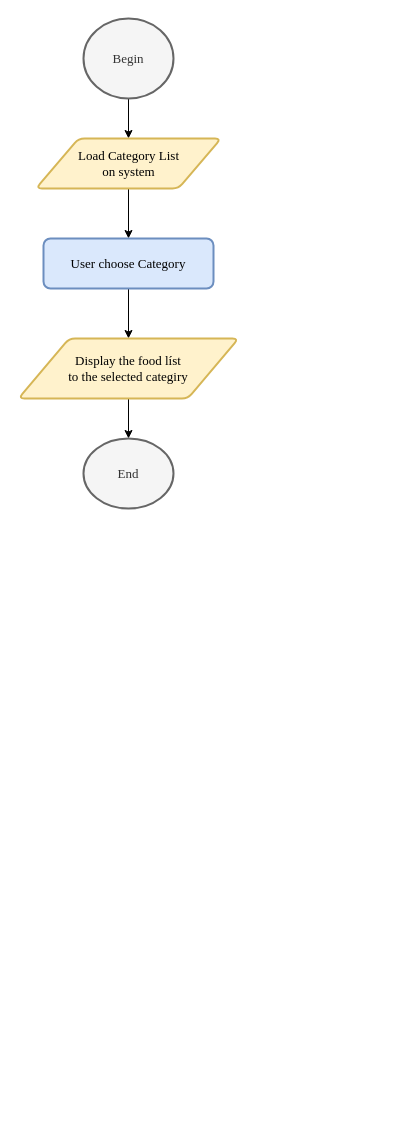
Earlier version of the draw.io diagram page "Order" (3 of 12) of document/diagram/flowchar_ver2.drawio (daomtthuan/do-an). Source tidied: cells renumbered, new cells numbered last; positions are measured from the earlier drawing's top-left corner, leaving out a move shared by most shapes. Both pictures are drawn from the tidied source at 100%, with x=0, y=0 at pixel (18, 18).
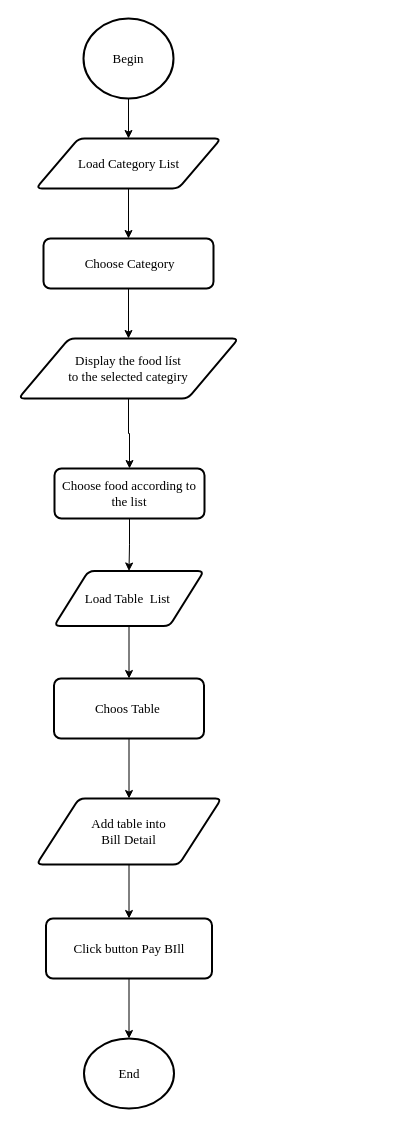
The same diagram, later.

Change to the diagram source:
```diff
@@
-    <mxCell id="3" value="Begin" style="strokeWidth=2;html=1;shape=mxgraph.flowchart.start_2;whiteSpace=wrap;fontFamily=Times New Roman;fontSize=13;fillColor=#f5f5f5;strokeColor=#666666;fontColor=#333333;" parent="1" vertex="1">
+    <mxCell id="3" value="Begin" style="strokeWidth=2;html=1;shape=mxgraph.flowchart.start_2;whiteSpace=wrap;fontFamily=Times New Roman;fontSize=13;" parent="1" vertex="1">
       <mxGeometry x="65" width="90" height="80" as="geometry" />
     </mxCell>
@@
-    <mxCell id="5" value="Load Category List &lt;br&gt;on system" style="shape=parallelogram;html=1;strokeWidth=2;perimeter=parallelogramPerimeter;whiteSpace=wrap;rounded=1;arcSize=12;size=0.23;fontFamily=Times New Roman;fontSize=13;fillColor=#fff2cc;strokeColor=#d6b656;" parent="1" vertex="1">
+    <mxCell id="5" value="Load Category List " style="shape=parallelogram;html=1;strokeWidth=2;perimeter=parallelogramPerimeter;whiteSpace=wrap;rounded=1;arcSize=12;size=0.23;fontFamily=Times New Roman;fontSize=13;" parent="1" vertex="1">
       <mxGeometry x="17.5" y="120" width="185" height="50" as="geometry" />
     </mxCell>
@@
-    <mxCell id="7" value="User choose Category" style="rounded=1;whiteSpace=wrap;html=1;absoluteArcSize=1;arcSize=14;strokeWidth=2;fontFamily=Times New Roman;fontSize=13;fillColor=#dae8fc;strokeColor=#6c8ebf;" parent="1" vertex="1">
+    <mxCell id="7" value="&amp;nbsp;Choose Category" style="rounded=1;whiteSpace=wrap;html=1;absoluteArcSize=1;arcSize=14;strokeWidth=2;fontFamily=Times New Roman;fontSize=13;" parent="1" vertex="1">
       <mxGeometry x="25" y="220" width="170" height="50" as="geometry" />
     </mxCell>
-    <mxCell id="8" style="edgeStyle=orthogonalEdgeStyle;rounded=0;jettySize=auto;html=1;fontFamily=Times New Roman;fontSize=13;" parent="1" edge="1" source="9" target="10">
-      <mxGeometry relative="1" as="geometry" />
-    </mxCell>
+    <mxCell id="11" style="edgeStyle=orthogonalEdgeStyle;rounded=0;jettySize=auto;html=1;fontFamily=Times New Roman;fontSize=13;" parent="1" edge="1" source="9" target="13">
+      <mxGeometry relative="1" as="geometry" />
+    </mxCell>
-    <mxCell id="9" value="Display the food líst &lt;br&gt;to the selected categiry" style="shape=parallelogram;html=1;strokeWidth=2;perimeter=parallelogramPerimeter;whiteSpace=wrap;rounded=1;arcSize=12;size=0.23;fontFamily=Times New Roman;fontSize=13;fillColor=#fff2cc;strokeColor=#d6b656;" parent="1" vertex="1">
+    <mxCell id="9" value="Display the food líst &lt;br style=&quot;font-size: 13px;&quot;&gt;to the selected categiry" style="shape=parallelogram;html=1;strokeWidth=2;perimeter=parallelogramPerimeter;whiteSpace=wrap;rounded=1;arcSize=12;size=0.23;fontFamily=Times New Roman;fontSize=13;" parent="1" vertex="1">
       <mxGeometry y="320" width="220" height="60" as="geometry" />
     </mxCell>
-    <mxCell id="10" value="End" style="strokeWidth=2;html=1;shape=mxgraph.flowchart.start_2;whiteSpace=wrap;fontFamily=Times New Roman;fontSize=13;fillColor=#f5f5f5;strokeColor=#666666;fontColor=#333333;" parent="1" vertex="1">
-      <mxGeometry x="65" y="420" width="90" height="70" as="geometry" />
+    <mxCell id="10" value="End" style="strokeWidth=2;html=1;shape=mxgraph.flowchart.start_2;whiteSpace=wrap;fontFamily=Times New Roman;fontSize=13;" parent="1" vertex="1">
+      <mxGeometry x="65.5" y="1020" width="90" height="70" as="geometry" />
     </mxCell>
+    <mxCell id="12" style="edgeStyle=orthogonalEdgeStyle;rounded=0;jettySize=auto;html=1;fontFamily=Times New Roman;fontSize=13;" parent="1" edge="1" source="13" target="17">
+      <mxGeometry relative="1" as="geometry" />
+    </mxCell>
+    <mxCell id="13" value="Choose food according to the list" style="rounded=1;whiteSpace=wrap;html=1;absoluteArcSize=1;arcSize=14;strokeWidth=2;fontFamily=Times New Roman;fontSize=13;" parent="1" vertex="1">
+      <mxGeometry x="36" y="450" width="150" height="50" as="geometry" />
+    </mxCell>
+    <mxCell id="14" style="edgeStyle=orthogonalEdgeStyle;rounded=0;jettySize=auto;html=1;fontFamily=Times New Roman;fontSize=13;" parent="1" edge="1" source="15" target="20">
+      <mxGeometry relative="1" as="geometry" />
+    </mxCell>
+    <mxCell id="15" value="Choos Table&amp;nbsp;" style="rounded=1;whiteSpace=wrap;html=1;absoluteArcSize=1;arcSize=14;strokeWidth=2;fontFamily=Times New Roman;fontSize=13;" parent="1" vertex="1">
+      <mxGeometry x="35.5" y="660" width="150" height="60" as="geometry" />
+    </mxCell>
+    <mxCell id="16" style="edgeStyle=orthogonalEdgeStyle;rounded=0;jettySize=auto;html=1;fontFamily=Times New Roman;fontSize=13;" parent="1" edge="1" source="17" target="15">
+      <mxGeometry relative="1" as="geometry" />
+    </mxCell>
+    <mxCell id="17" value="&lt;span style=&quot;white-space: normal; font-size: 13px;&quot;&gt;Load Table&amp;nbsp; List&amp;nbsp;&lt;/span&gt;" style="shape=parallelogram;html=1;strokeWidth=2;perimeter=parallelogramPerimeter;whiteSpace=wrap;rounded=1;arcSize=12;size=0.23;fontFamily=Times New Roman;fontSize=13;" parent="1" vertex="1">
+      <mxGeometry x="35.5" y="552.5" width="150" height="55" as="geometry" />
+    </mxCell>
+    <mxCell id="18" style="edgeStyle=orthogonalEdgeStyle;rounded=0;orthogonalLoop=1;jettySize=auto;html=1;entryX=0.5;entryY=1;entryDx=0;entryDy=0;fontFamily=Times New Roman;fontSize=13;" parent="1" edge="1">
+      <mxGeometry relative="1" as="geometry">
+        <mxPoint x="44" y="821.3" as="sourcePoint" />
+      </mxGeometry>
+    </mxCell>
+    <mxCell id="19" style="edgeStyle=orthogonalEdgeStyle;rounded=0;jettySize=auto;html=1;fontFamily=Times New Roman;fontSize=13;" parent="1" edge="1" source="20" target="22">
+      <mxGeometry relative="1" as="geometry" />
+    </mxCell>
+    <mxCell id="20" value="Add table into &lt;br style=&quot;font-size: 13px;&quot;&gt;Bill Detail" style="shape=parallelogram;html=1;strokeWidth=2;perimeter=parallelogramPerimeter;whiteSpace=wrap;rounded=1;arcSize=12;size=0.23;fontFamily=Times New Roman;fontSize=13;" parent="1" vertex="1">
+      <mxGeometry x="18" y="780" width="185" height="66" as="geometry" />
+    </mxCell>
+    <mxCell id="21" style="edgeStyle=orthogonalEdgeStyle;rounded=0;jettySize=auto;html=1;fontFamily=Times New Roman;fontSize=13;" parent="1" edge="1" source="22" target="10">
+      <mxGeometry relative="1" as="geometry" />
+    </mxCell>
+    <mxCell id="22" value="Click button Pay BIll" style="rounded=1;whiteSpace=wrap;html=1;absoluteArcSize=1;arcSize=14;strokeWidth=2;fontFamily=Times New Roman;fontSize=13;" parent="1" vertex="1">
+      <mxGeometry x="27.5" y="900" width="166" height="60" as="geometry" />
+    </mxCell>
+    <mxCell id="23" value="&amp;nbsp;&amp;nbsp;" style="text;html=1;align=left;verticalAlign=top;spacingTop=-4;fontFamily=Times New Roman;fontSize=13;" parent="1" vertex="1">
+      <mxGeometry x="363" y="797" width="20" height="20" as="geometry" />
+    </mxCell>
```
